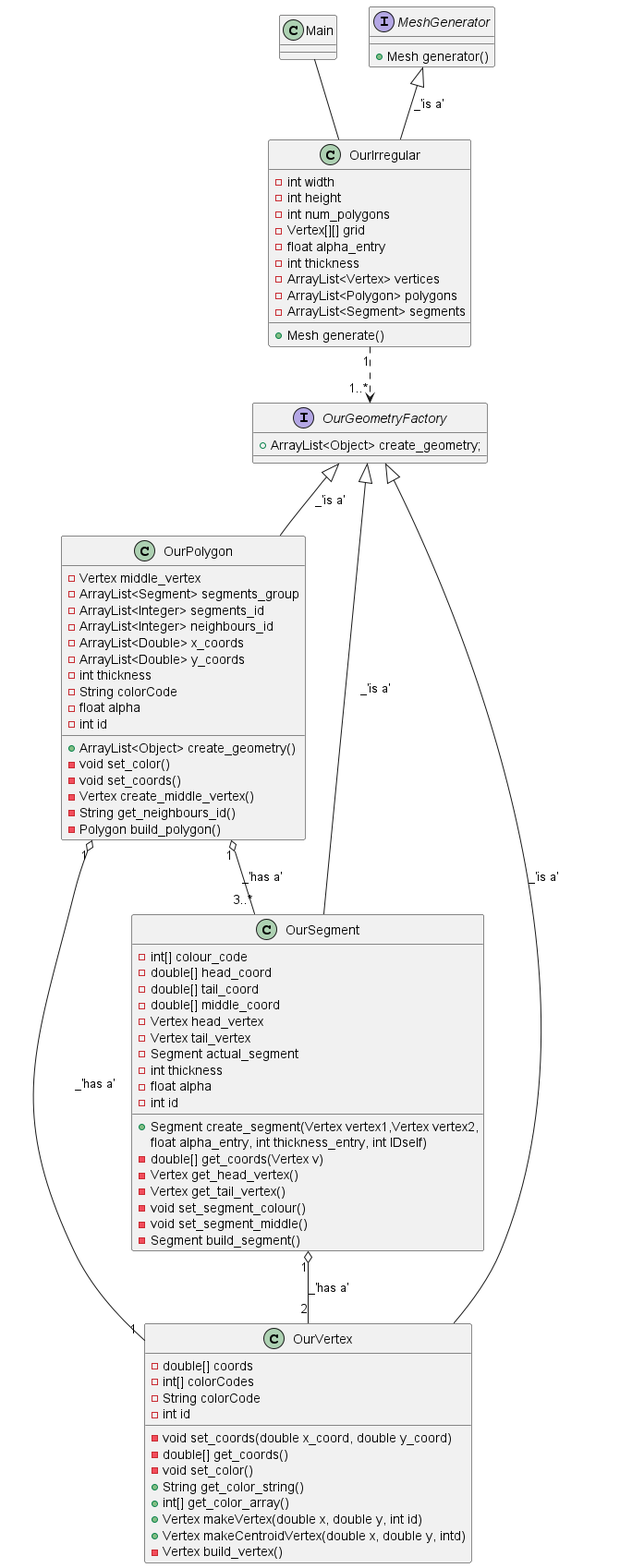
Above: class_diagrams/3generator.png in BaoGeist/Island-Mesh-Generation (PlantUML), before the change.
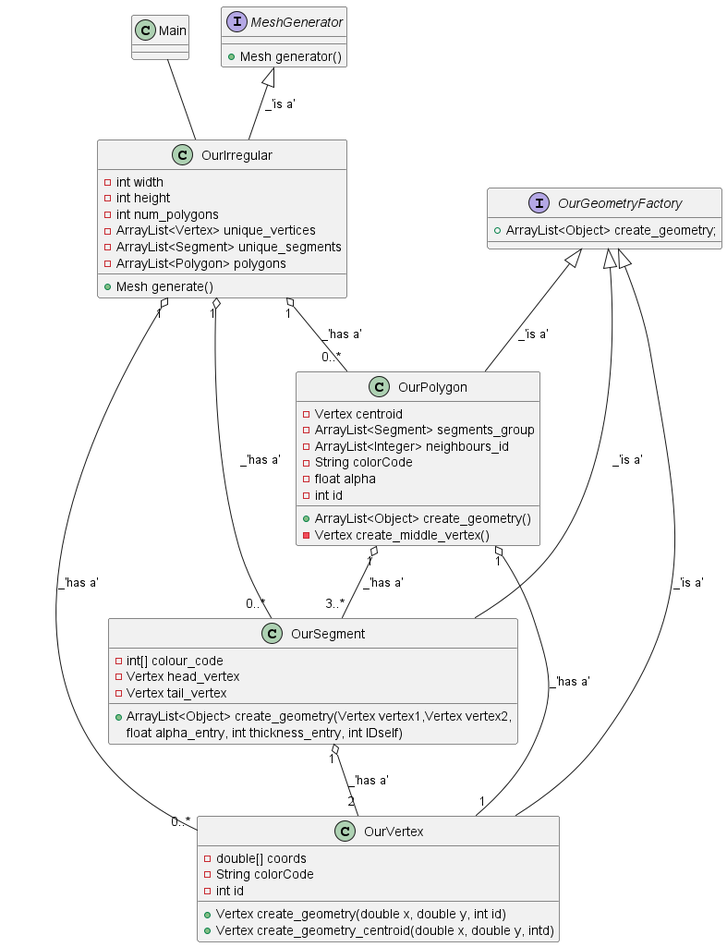
Above is the later version.

Commit message:
Changed if statements in main to Enum, updated step 3 generator Class Diagram

Diff of the diagram source:
```diff
@@ -11,82 +11,54 @@
     -int width
     -int height
     -int num_polygons
-    -Vertex[][] grid
-    -float alpha_entry
-    -int thickness
-    -ArrayList<Vertex> vertices
+    -ArrayList<Vertex> unique_vertices
+    -ArrayList<Segment> unique_segments
     -ArrayList<Polygon> polygons
     +Mesh generate()
-    -ArrayList<Segment> segments
 }
 Main -- OurIrregular
 
 interface OurGeometryFactory {
     +ArrayList<Object> create_geometry;
 }
-OurIrregular "1" ..> "1..*" OurGeometryFactory
-
-class OurPolygon {
-    -Vertex middle_vertex
-    -ArrayList<Segment> segments_group
-    -ArrayList<Integer> segments_id
-    -ArrayList<Integer> neighbours_id
-    -ArrayList<Double> x_coords
-    -ArrayList<Double> y_coords
-    -int thickness
-    -String colorCode
-    -float alpha
-    -int id
-    +ArrayList<Object> create_geometry()
-    -void set_color()
-    -void set_coords()
-    -Vertex create_middle_vertex()
-    -String get_neighbours_id()
-    -Polygon build_polygon()
-}
-OurGeometryFactory <|-- OurPolygon: _'is a'
 
 together{
+    class OurPolygon {
+        -Vertex centroid
+        -ArrayList<Segment> segments_group
+        -ArrayList<Integer> neighbours_id
+        -String colorCode
+        -float alpha
+        -int id
+        +ArrayList<Object> create_geometry()
+        -Vertex create_middle_vertex()
+    }
+    OurGeometryFactory <|-- OurPolygon: _'is a'
+    OurIrregular "1" o-- "0..*" OurPolygon: _'has a'
+
+
     Class OurSegment {
         -int[] colour_code
-        -double[] head_coord
-        -double[] tail_coord
-        -double[] middle_coord
         -Vertex head_vertex
         -Vertex tail_vertex
-        -Segment actual_segment
-        -int thickness
-        -float alpha
-        -int id
-        +Segment create_segment(Vertex vertex1,Vertex vertex2,
+        +ArrayList<Object> create_geometry(Vertex vertex1,Vertex vertex2,
          float alpha_entry, int thickness_entry, int IDself)
-        -double[] get_coords(Vertex v)
-        -Vertex get_head_vertex()
-        -Vertex get_tail_vertex()
-        -void set_segment_colour()
-        -void set_segment_middle()
-        -Segment build_segment()
     }
     OurGeometryFactory <|-- OurSegment: _'is a'
+    OurIrregular "1" o-- "0..*" OurSegment: _'has a'
     OurPolygon "1" o-- "3..*" OurSegment: _'has a'
     OurPolygon "1" o-- "1" OurVertex: _'has a'
 
     class OurVertex {
         -double[] coords
-        -int[] colorCodes
         -String colorCode
         -int id
-        -void set_coords(double x_coord, double y_coord)
-        -double[] get_coords()
-        -void set_color()
-        +String get_color_string()
-        +int[] get_color_array()
-        +Vertex makeVertex(double x, double y, int id)
-        +Vertex makeCentroidVertex(double x, double y, intd)
-        -Vertex build_vertex()
+        +Vertex create_geometry(double x, double y, int id)
+        +Vertex create_geometry_centroid(double x, double y, intd)
     }
     OurGeometryFactory <|-- OurVertex: _'is a'
     OurSegment "1" o-- "2" OurVertex: _'has a'
+    OurIrregular "1" o-- "0..*" OurVertex: _'has a'
 }
 
 
```
